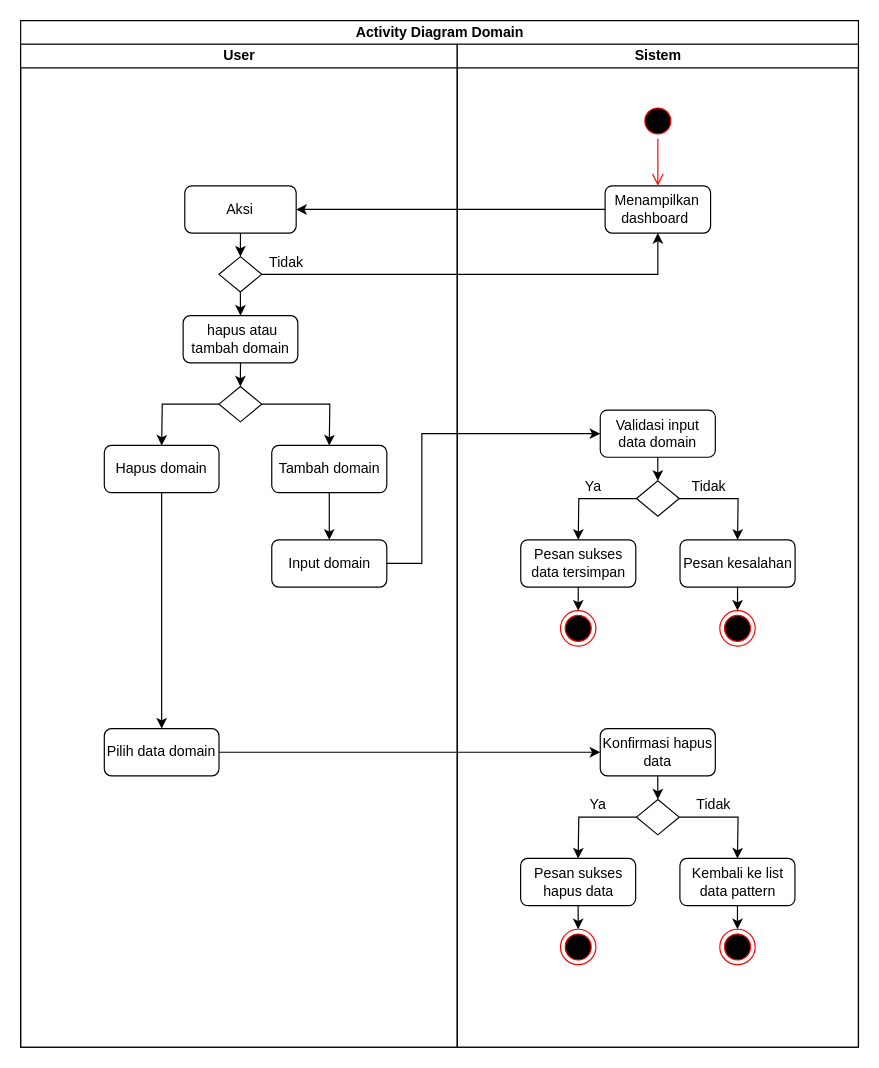
Earlier version of the draw.io diagram page "Activity Diagram - Add domain" (5 of 8) of Cara Kerja Aplikasi TA.drawio (zelsaddr/All-Diagrams). Source tidied: cells renumbered, new cells numbered last; positions are measured from the earlier drawing's top-left corner, leaving out a move shared by most shapes. Both pictures are drawn from the tidied source at 118%, with x=0, y=0 at pixel (20, 20).
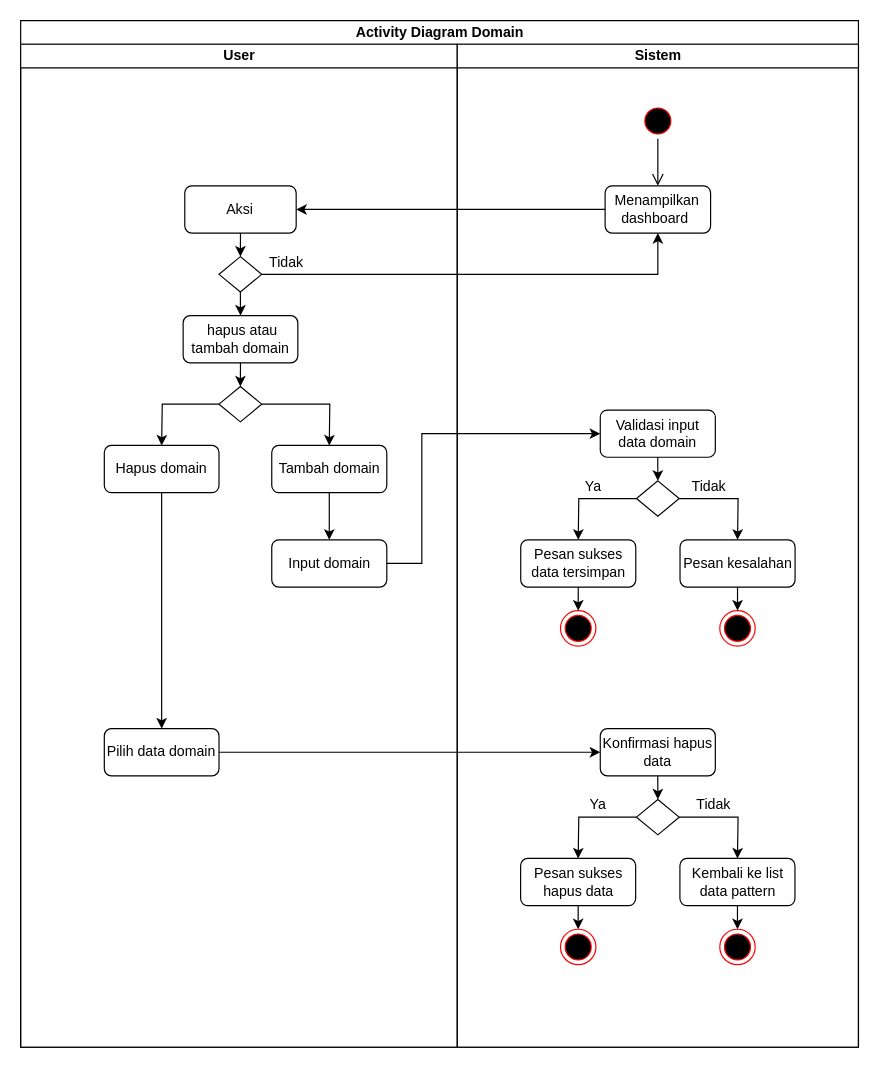
After the change.

Unchanged cells that the change refers to:
```xml
<mxCell id="20" value="Sistem" style="swimlane;startSize=20;html=1;" parent="2" vertex="1">
  <mxGeometry x="370" y="20" width="340" height="850" as="geometry" />
</mxCell>
<mxCell id="21" value="Menampilkan dashboard&amp;nbsp;" style="rounded=1;whiteSpace=wrap;html=1;" parent="20" vertex="1">
  <mxGeometry x="125.3" y="120" width="89.4" height="40" as="geometry" />
</mxCell>
<mxCell id="22" style="ellipse;html=1;shape=startState;fillColor=#000000;strokeColor=#ff0000;" parent="20" vertex="1">
  <mxGeometry x="155" y="50" width="30" height="30" as="geometry" />
</mxCell>
```

What changed in the source:
```diff
@@
-    <mxCell id="23" style="edgeStyle=orthogonalEdgeStyle;html=1;verticalAlign=bottom;endArrow=open;endSize=8;strokeColor=#ff0000;rounded=0;entryX=0.5;entryY=0;entryDx=0;entryDy=0;" parent="20" edge="1" source="22" target="21">
+    <mxCell id="23" style="edgeStyle=orthogonalEdgeStyle;html=1;verticalAlign=bottom;endArrow=open;endSize=8;strokeColor=#000000;rounded=0;entryX=0.5;entryY=0;entryDx=0;entryDy=0;" parent="20" edge="1" source="22" target="21">
       <mxGeometry relative="1" as="geometry" />
     </mxCell>
```
